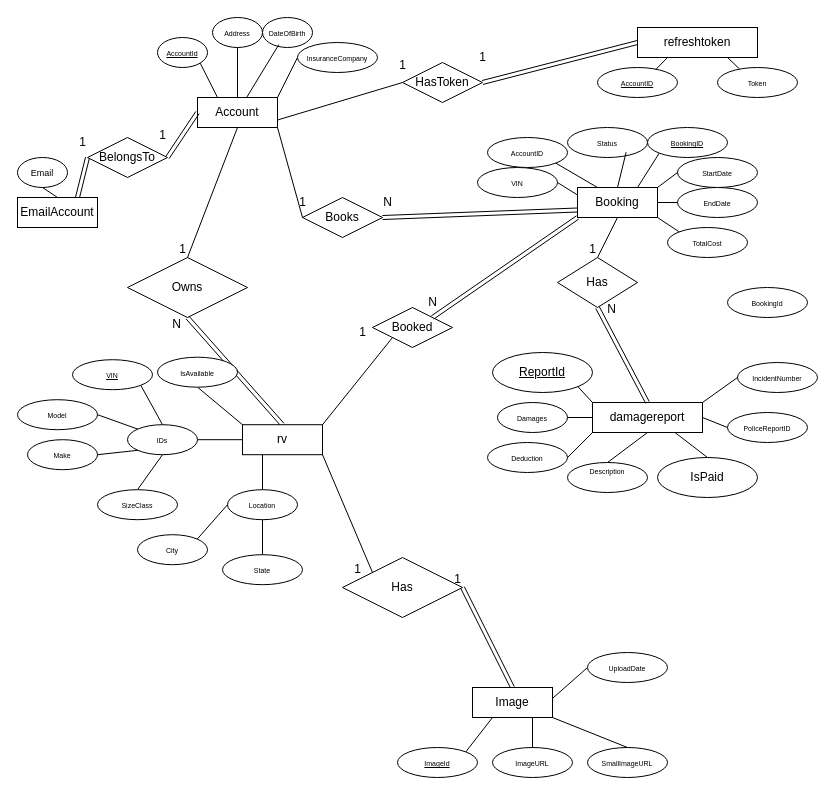
JasonDinh345/RV-Solutions keeps this draw.io diagram as RVSolutions.drawio. Above is the earlier version. Source tidied: cells renumbered, new cells numbered last; positions are measured from the earlier drawing's top-left corner, leaving out a move shared by most shapes. Both pictures are drawn from the tidied source at 100%, with x=0, y=0 at pixel (17, 17).
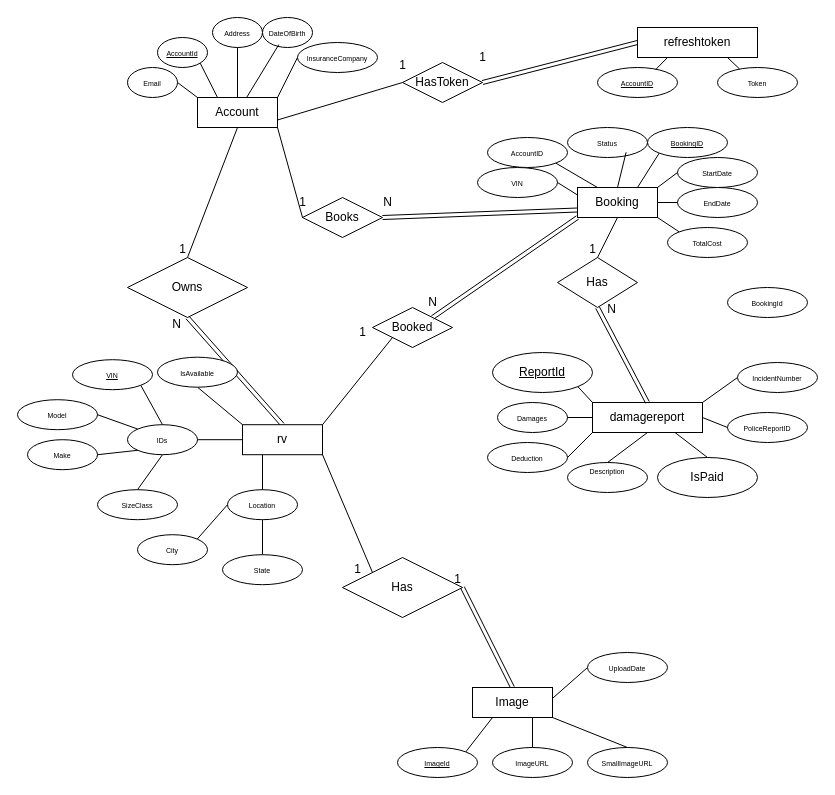
The same page after the edit.

Unchanged cells that the change refers to:
```xml
<mxCell id="44" style="group;" parent="1" vertex="1">
  <mxGeometry x="110" width="250" height="110" as="geometry" />
</mxCell>
<mxCell id="46" value="&lt;div&gt;Account&lt;/div&gt;" style="rounded=0;whiteSpace=wrap;html=1;" parent="44" vertex="1">
  <mxGeometry x="70" y="80" width="80" height="30" as="geometry" />
</mxCell>
```

The edit, as a diff of the source:
```diff
@@
+    <mxCell id="80" value="&lt;font style=&quot;font-size: 7px;&quot;&gt;Email&lt;/font&gt;" style="ellipse;whiteSpace=wrap;html=1;" parent="44" vertex="1">
+      <mxGeometry y="50" width="50" height="30" as="geometry" />
+    </mxCell>
+    <mxCell id="117" style="endArrow=none;html=1;rounded=0;entryX=1;entryY=0.5;entryDx=0;entryDy=0;exitX=0;exitY=0;exitDx=0;exitDy=0;" parent="44" edge="1" source="46" target="80">
+      <mxGeometry relative="1" as="geometry" />
+    </mxCell>
@@
-    <mxCell id="78" value="EmailAccount" style="rounded=0;whiteSpace=wrap;html=1;" parent="1" vertex="1">
-      <mxGeometry y="180" width="80" height="30" as="geometry" />
-    </mxCell>
@@
-    <mxCell id="80" value="&lt;font style=&quot;font-size: 9px;&quot;&gt;Email&lt;/font&gt;" style="ellipse;whiteSpace=wrap;html=1;" parent="1" vertex="1">
-      <mxGeometry y="140" width="50" height="30" as="geometry" />
-    </mxCell>
-    <mxCell id="81" style="endArrow=none;html=1;rounded=0;entryX=0.5;entryY=1;entryDx=0;entryDy=0;exitX=0.5;exitY=0;exitDx=0;exitDy=0;" parent="1" edge="1" source="78" target="80">
-      <mxGeometry relative="1" as="geometry" />
-    </mxCell>
-    <mxCell id="82" value="BelongsTo" style="rhombus;whiteSpace=wrap;html=1;" parent="1" vertex="1">
-      <mxGeometry x="70" y="120" width="80" height="40" as="geometry" />
-    </mxCell>
-    <mxCell id="83" style="shape=link;html=1;rounded=0;exitX=1;exitY=0.5;exitDx=0;exitDy=0;entryX=0;entryY=0.5;entryDx=0;entryDy=0;" parent="1" edge="1" source="82" target="46">
-      <mxGeometry relative="1" as="geometry" />
-    </mxCell>
-    <mxCell id="84" value="1" style="text;html=1;align=center;verticalAlign=middle;strokeColor=none;fillColor=none;" parent="1" vertex="1">
-      <mxGeometry x="50" y="110" width="30" height="30" as="geometry" />
-    </mxCell>
-    <mxCell id="85" value="1" style="text;html=1;align=center;verticalAlign=middle;strokeColor=none;fillColor=none;" parent="1" vertex="1">
-      <mxGeometry x="130" y="103" width="30" height="30" as="geometry" />
-    </mxCell>
-    <mxCell id="86" style="shape=link;html=1;rounded=0;exitX=0.75;exitY=0;exitDx=0;exitDy=0;entryX=0;entryY=0.5;entryDx=0;entryDy=0;" parent="1" edge="1" source="78" target="82">
-      <mxGeometry relative="1" as="geometry" />
-    </mxCell>
```
